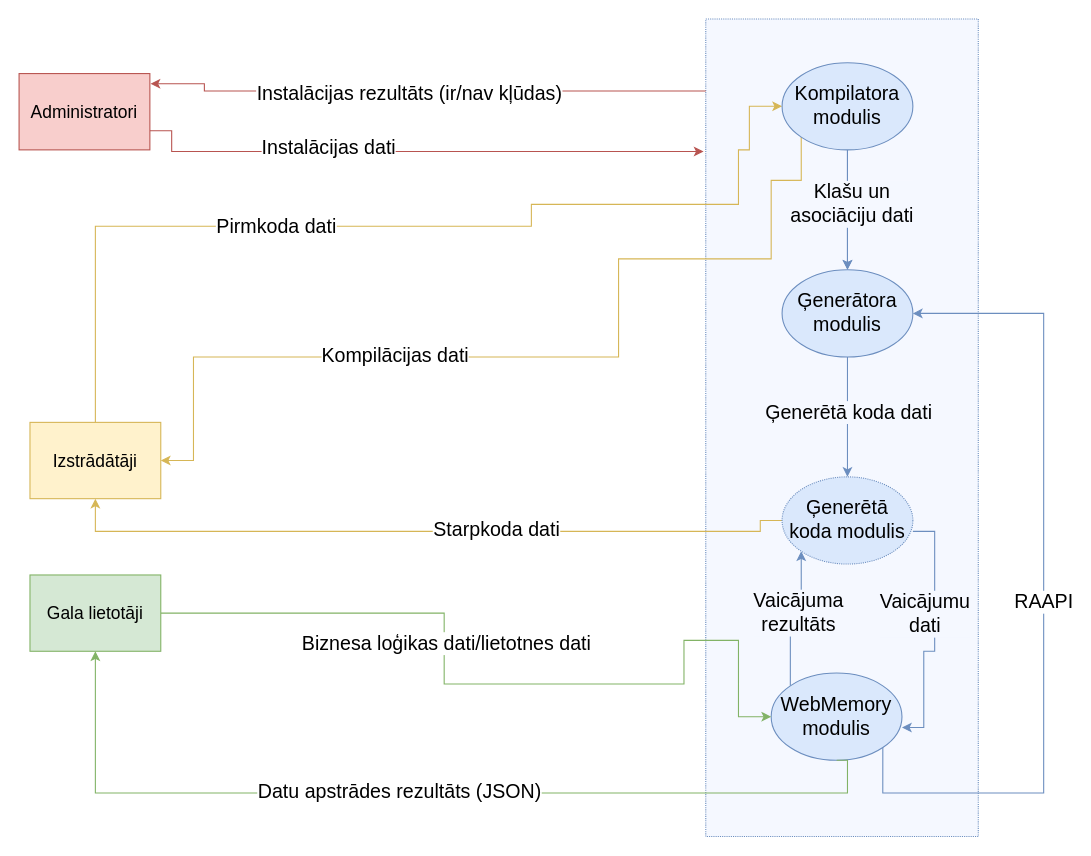
Earlier version of the draw.io diagram page "DPD 1. level" (3 of 8) of src/Kvalifikacijas darbs/arhitektura.drawio (artiks12/webAppOS). Source tidied: cells renumbered, new cells numbered last; positions are measured from the earlier drawing's top-left corner, leaving out a move shared by most shapes. Both pictures are drawn from the tidied source at 109%, with x=0, y=0 at pixel (19, 19).
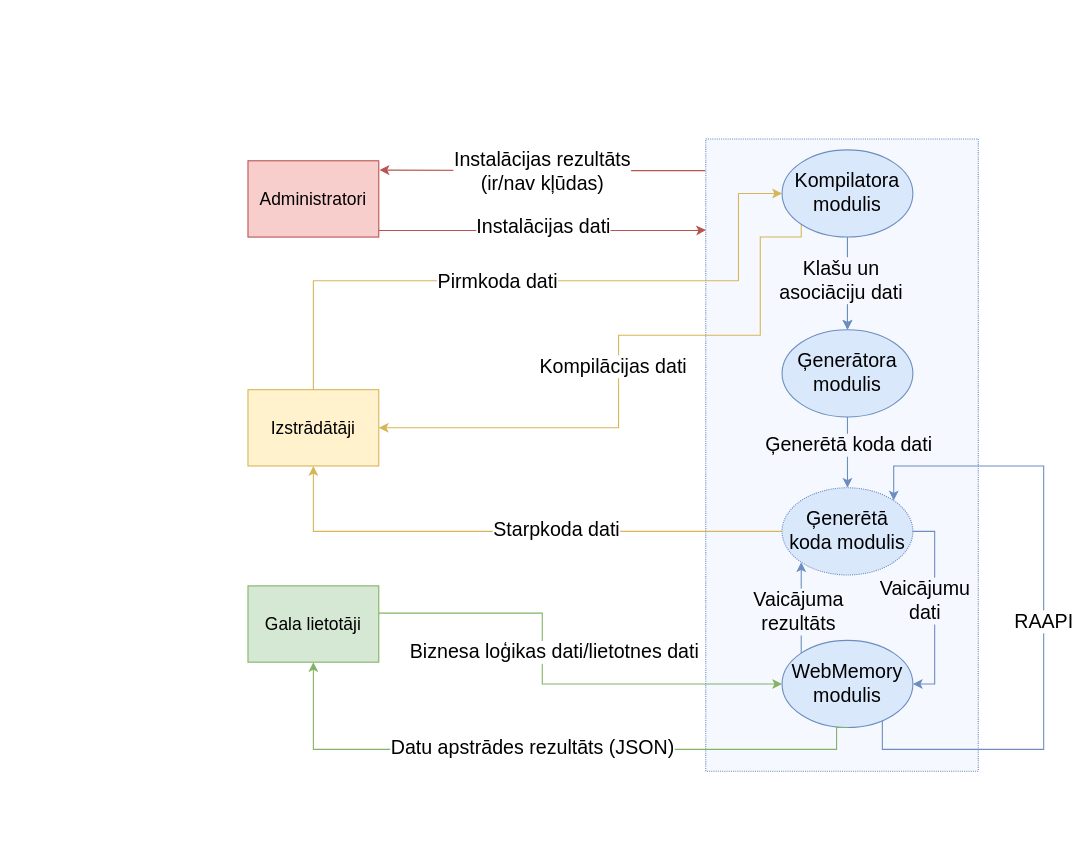
Above is the later version.

Unchanged cells that the change refers to:
```xml
<mxCell id="3" style="edgeStyle=orthogonalEdgeStyle;rounded=0;jettySize=auto;html=1;entryX=0.5;entryY=0;entryDx=0;entryDy=0;exitX=0.5;exitY=1;exitDx=0;exitDy=0;fillColor=#dae8fc;strokeColor=#6c8ebf;" parent="1" edge="1" source="7" target="29">
  <mxGeometry relative="1" as="geometry">
    <Array as="points">
      <mxPoint x="760" y="340" />
      <mxPoint x="760" y="340" />
    </Array>
  </mxGeometry>
</mxCell>
<mxCell id="8" style="edgeStyle=orthogonalEdgeStyle;rounded=0;jettySize=auto;html=1;exitX=0;exitY=0;exitDx=0;exitDy=0;entryX=0;entryY=1;entryDx=0;entryDy=0;fillColor=#dae8fc;strokeColor=#6c8ebf;" parent="1" edge="1" source="10" target="29">
  <mxGeometry relative="1" as="geometry" />
</mxCell>
```

The edit, as a diff of the source:
```diff
@@
     <mxCell id="2" style="rounded=0;whiteSpace=wrap;html=1;dashed=1;dashPattern=1 1;fillColor=#F5F8FF;strokeColor=#6c8ebf;" parent="1" vertex="1">
-      <mxGeometry x="630" width="250" height="750" as="geometry" />
+      <mxGeometry x="630" y="110" width="250" height="580" as="geometry" />
     </mxCell>
@@
     <mxCell id="4" value="&lt;span style=&quot;font-size: 18px&quot;&gt;Ģenerētā koda dati&lt;/span&gt;" style="edgeLabel;html=1;align=center;verticalAlign=middle;labelBackgroundColor=#F5F8FF;" parent="3" vertex="1">
       <mxGeometry x="-0.36" relative="1" as="geometry">
-        <mxPoint y="15" as="offset" />
+        <mxPoint y="38" as="offset" />
       </mxGeometry>
     </mxCell>
-    <mxCell id="5" style="edgeStyle=orthogonalEdgeStyle;rounded=0;jettySize=auto;html=1;exitX=1;exitY=1;exitDx=0;exitDy=0;fillColor=#dae8fc;strokeColor=#6c8ebf;" parent="1" edge="1" source="10" target="7">
+    <mxCell id="5" style="edgeStyle=orthogonalEdgeStyle;rounded=0;jettySize=auto;html=1;exitX=1;exitY=1;exitDx=0;exitDy=0;fillColor=#dae8fc;strokeColor=#6c8ebf;entryX=1;entryY=0;entryDx=0;entryDy=0;" parent="1" edge="1" source="10" target="29">
       <mxGeometry relative="1" as="geometry">
         <Array as="points">
-          <mxPoint x="792" y="710" />
-          <mxPoint x="940" y="710" />
-          <mxPoint x="940" y="270" />
+          <mxPoint x="792" y="638" />
+          <mxPoint x="792" y="670" />
+          <mxPoint x="940" y="670" />
+          <mxPoint x="940" y="410" />
+          <mxPoint x="802" y="410" />
         </Array>
       </mxGeometry>
     </mxCell>
@@
     <mxCell id="7" value="&lt;font style=&quot;font-size: 18px&quot;&gt;Ģenerātora modulis&lt;/font&gt;" style="ellipse;whiteSpace=wrap;html=1;fillColor=#dae8fc;strokeColor=#6c8ebf;" parent="1" vertex="1">
-      <mxGeometry x="700" y="230" width="120" height="80" as="geometry" />
+      <mxGeometry x="700" y="285" width="120" height="80" as="geometry" />
     </mxCell>
@@
     <mxCell id="9" value="&lt;font style=&quot;font-size: 18px&quot;&gt;Vaicājuma &lt;br&gt;rezultāts&lt;/font&gt;" style="edgeLabel;html=1;align=center;verticalAlign=middle;labelBackgroundColor=#F5F8FF;" parent="8" vertex="1">
       <mxGeometry x="0.24" y="3" relative="1" as="geometry">
-        <mxPoint y="6" as="offset" />
+        <mxPoint y="14" as="offset" />
       </mxGeometry>
     </mxCell>
     <mxCell id="10" value="&lt;font style=&quot;font-size: 18px&quot;&gt;WebMemory modulis&lt;/font&gt;" style="ellipse;whiteSpace=wrap;html=1;fillColor=#dae8fc;strokeColor=#6c8ebf;" parent="1" vertex="1">
-      <mxGeometry x="690" y="600" width="120" height="80" as="geometry" />
+      <mxGeometry x="700" y="570" width="120" height="80" as="geometry" />
     </mxCell>
     <mxCell id="11" style="edgeStyle=orthogonalEdgeStyle;rounded=0;jettySize=auto;html=1;exitX=0;exitY=0.5;exitDx=0;exitDy=0;entryX=0.5;entryY=1;entryDx=0;entryDy=0;fillColor=#fff2cc;strokeColor=#d6b656;" parent="1" edge="1" source="29" target="20">
       <mxGeometry relative="1" as="geometry">
         <Array as="points">
-          <mxPoint x="680" y="470" />
-          <mxPoint x="70" y="470" />
+          <mxPoint x="270" y="470" />
         </Array>
       </mxGeometry>
     </mxCell>
@@
     <mxCell id="13" style="edgeStyle=orthogonalEdgeStyle;rounded=0;jettySize=auto;html=1;exitX=0.5;exitY=1;exitDx=0;exitDy=0;entryX=0.5;entryY=1;entryDx=0;entryDy=0;fillColor=#d5e8d4;strokeColor=#82b366;" parent="1" edge="1" source="10" target="26">
       <mxGeometry relative="1" as="geometry">
         <Array as="points">
-          <mxPoint x="760" y="680" />
-          <mxPoint x="760" y="710" />
-          <mxPoint x="70" y="710" />
+          <mxPoint x="750" y="650" />
+          <mxPoint x="750" y="670" />
+          <mxPoint x="270" y="670" />
         </Array>
       </mxGeometry>
     </mxCell>
@@
-    <mxCell id="15" style="edgeStyle=orthogonalEdgeStyle;rounded=0;jettySize=auto;html=1;exitX=0;exitY=0.088;exitDx=0;exitDy=0;exitPerimeter=0;fillColor=#f8cecc;strokeColor=#b85450;entryX=1.005;entryY=0.134;entryDx=0;entryDy=0;entryPerimeter=0;" parent="1" edge="1" source="2" target="23">
-      <mxGeometry relative="1" as="geometry">
-        <Array as="points">
-          <mxPoint x="170" y="66" />
-          <mxPoint x="170" y="59" />
-        </Array>
-      </mxGeometry>
+    <mxCell id="15" style="edgeStyle=orthogonalEdgeStyle;rounded=0;jettySize=auto;html=1;fillColor=#f8cecc;strokeColor=#b85450;entryX=1.006;entryY=0.122;entryDx=0;entryDy=0;exitX=-0.002;exitY=0.05;exitDx=0;exitDy=0;exitPerimeter=0;entryPerimeter=0;" parent="1" edge="1" source="2" target="23">
+      <mxGeometry relative="1" as="geometry" />
     </mxCell>
-    <mxCell id="16" value="&lt;font style=&quot;font-size: 18px&quot;&gt;Instalācijas rezultāts (ir/nav kļūdas)&lt;/font&gt;" style="edgeLabel;html=1;align=center;verticalAlign=middle;" parent="15" vertex="1">
-      <mxGeometry x="0.06" y="2" relative="1" as="geometry" />
+    <mxCell id="16" value="&lt;font style=&quot;font-size: 18px&quot;&gt;Instalācijas rezultāts &lt;br&gt;(ir/nav kļūdas)&lt;/font&gt;" style="edgeLabel;html=1;align=center;verticalAlign=middle;" parent="15" vertex="1">
+      <mxGeometry x="0.06" y="2" relative="1" as="geometry">
+        <mxPoint x="8" y="-1" as="offset" />
+      </mxGeometry>
     </mxCell>
     <mxCell id="17" style="edgeStyle=orthogonalEdgeStyle;rounded=0;jettySize=auto;html=1;entryX=0;entryY=0.5;entryDx=0;entryDy=0;exitX=0.5;exitY=0;exitDx=0;exitDy=0;fillColor=#fff2cc;strokeColor=#d6b656;" parent="1" edge="1" source="20" target="32">
       <mxGeometry relative="1" as="geometry">
         <Array as="points">
-          <mxPoint x="70" y="190" />
-          <mxPoint x="470" y="190" />
-          <mxPoint x="470" y="170" />
-          <mxPoint x="660" y="170" />
-          <mxPoint x="660" y="120" />
-          <mxPoint x="670" y="120" />
-          <mxPoint x="670" y="80" />
+          <mxPoint x="270" y="240" />
+          <mxPoint x="660" y="240" />
+          <mxPoint x="660" y="160" />
         </Array>
       </mxGeometry>
     </mxCell>
     <mxCell id="18" value="&lt;font style=&quot;font-size: 18px&quot;&gt;Pirmkoda dati&lt;/font&gt;" style="edgeLabel;html=1;align=center;verticalAlign=middle;" parent="17" vertex="1">
-      <mxGeometry x="-0.25" relative="1" as="geometry" />
+      <mxGeometry x="-0.25" relative="1" as="geometry">
+        <mxPoint x="39" as="offset" />
+      </mxGeometry>
     </mxCell>
-    <mxCell id="19" style="edgeStyle=orthogonalEdgeStyle;rounded=0;jettySize=auto;html=1;exitX=0;exitY=1;exitDx=0;exitDy=0;fillColor=#fff2cc;strokeColor=#d6b656;" parent="1" edge="1" source="32" target="20">
+    <mxCell id="19" style="edgeStyle=orthogonalEdgeStyle;rounded=0;jettySize=auto;html=1;exitX=0;exitY=1;exitDx=0;exitDy=0;fillColor=#fff2cc;strokeColor=#d6b656;entryX=1;entryY=0.5;entryDx=0;entryDy=0;" parent="1" edge="1" source="32" target="20">
       <mxGeometry relative="1" as="geometry">
         <Array as="points">
-          <mxPoint x="690" y="148" />
-          <mxPoint x="690" y="220" />
-          <mxPoint x="550" y="220" />
-          <mxPoint x="550" y="310" />
-          <mxPoint x="160" y="310" />
-          <mxPoint x="160" y="405" />
+          <mxPoint x="718" y="200" />
+          <mxPoint x="680" y="200" />
+          <mxPoint x="680" y="290" />
+          <mxPoint x="550" y="290" />
+          <mxPoint x="550" y="375" />
         </Array>
       </mxGeometry>
     </mxCell>
     <mxCell id="20" value="&lt;font size=&quot;3&quot;&gt;Izstrādātāji&lt;/font&gt;" style="rounded=0;whiteSpace=wrap;html=1;fillColor=#fff2cc;strokeColor=#d6b656;" parent="1" vertex="1">
-      <mxGeometry x="10" y="370" width="120" height="70" as="geometry" />
+      <mxGeometry x="210" y="340" width="120" height="70" as="geometry" />
     </mxCell>
-    <mxCell id="21" style="edgeStyle=orthogonalEdgeStyle;rounded=0;jettySize=auto;html=1;entryX=-0.008;entryY=0.162;entryDx=0;entryDy=0;entryPerimeter=0;fillColor=#f8cecc;strokeColor=#b85450;exitX=1;exitY=0.75;exitDx=0;exitDy=0;" parent="1" edge="1" source="23" target="2">
+    <mxCell id="21" style="edgeStyle=orthogonalEdgeStyle;rounded=0;jettySize=auto;html=1;fillColor=#f8cecc;strokeColor=#b85450;exitX=1.001;exitY=0.914;exitDx=0;exitDy=0;exitPerimeter=0;entryX=0.001;entryY=0.144;entryDx=0;entryDy=0;entryPerimeter=0;" parent="1" edge="1" source="23" target="2">
       <mxGeometry relative="1" as="geometry">
         <Array as="points">
-          <mxPoint x="140" y="103" />
-          <mxPoint x="140" y="122" />
+          <mxPoint x="620" y="194" />
         </Array>
       </mxGeometry>
     </mxCell>
     <mxCell id="22" value="&lt;font style=&quot;font-size: 18px&quot;&gt;Instalācijas dati&lt;/font&gt;" style="edgeLabel;html=1;align=center;verticalAlign=middle;" parent="21" vertex="1">
-      <mxGeometry x="-0.31" y="4" relative="1" as="geometry" />
+      <mxGeometry x="-0.31" y="4" relative="1" as="geometry">
+        <mxPoint x="46" y="1" as="offset" />
+      </mxGeometry>
     </mxCell>
     <mxCell id="23" value="&lt;font size=&quot;3&quot;&gt;Administratori&lt;br&gt;&lt;/font&gt;" style="rounded=0;whiteSpace=wrap;html=1;fillColor=#f8cecc;strokeColor=#b85450;" parent="1" vertex="1">
-      <mxGeometry y="50" width="120" height="70" as="geometry" />
+      <mxGeometry x="210" y="130" width="120" height="70" as="geometry" />
     </mxCell>
     <mxCell id="24" style="edgeStyle=orthogonalEdgeStyle;rounded=0;jettySize=auto;html=1;entryX=0;entryY=0.5;entryDx=0;entryDy=0;fillColor=#d5e8d4;strokeColor=#82b366;" parent="1" edge="1" source="26" target="10">
       <mxGeometry relative="1" as="geometry">
         <Array as="points">
-          <mxPoint x="390" y="545" />
-          <mxPoint x="390" y="610" />
-          <mxPoint x="610" y="610" />
-          <mxPoint x="610" y="570" />
-          <mxPoint x="660" y="570" />
-          <mxPoint x="660" y="640" />
+          <mxPoint x="480" y="545" />
+          <mxPoint x="480" y="610" />
         </Array>
       </mxGeometry>
     </mxCell>
     <mxCell id="25" value="&lt;font style=&quot;font-size: 18px&quot;&gt;Biznesa loģikas dati/lietotnes dati&lt;/font&gt;" style="edgeLabel;html=1;align=center;verticalAlign=middle;" parent="24" vertex="1">
-      <mxGeometry x="-0.22" y="1" relative="1" as="geometry" />
+      <mxGeometry x="-0.22" y="1" relative="1" as="geometry">
+        <mxPoint x="9" y="15" as="offset" />
+      </mxGeometry>
     </mxCell>
     <mxCell id="26" value="&lt;font size=&quot;3&quot;&gt;Gala lietotāji&lt;/font&gt;" style="rounded=0;whiteSpace=wrap;html=1;fillColor=#d5e8d4;strokeColor=#82b366;" parent="1" vertex="1">
-      <mxGeometry x="10" y="510" width="120" height="70" as="geometry" />
+      <mxGeometry x="210" y="520" width="120" height="70" as="geometry" />
     </mxCell>
-    <mxCell id="27" style="edgeStyle=orthogonalEdgeStyle;rounded=0;orthogonalLoop=1;jettySize=auto;html=1;entryX=1;entryY=0.5;entryDx=0;entryDy=0;fillColor=#dae8fc;strokeColor=#6c8ebf;" parent="1" edge="1">
+    <mxCell id="27" style="edgeStyle=orthogonalEdgeStyle;rounded=0;jettySize=auto;html=1;entryX=1;entryY=0.5;entryDx=0;entryDy=0;fillColor=#dae8fc;strokeColor=#6c8ebf;" parent="1" edge="1" target="10">
       <mxGeometry relative="1" as="geometry">
         <mxPoint x="820" y="470" as="sourcePoint" />
-        <mxPoint x="810" y="650" as="targetPoint" />
         <Array as="points">
           <mxPoint x="840" y="470" />
-          <mxPoint x="840" y="580" />
-          <mxPoint x="830" y="580" />
-          <mxPoint x="830" y="650" />
+          <mxPoint x="840" y="610" />
         </Array>
       </mxGeometry>
     </mxCell>
@@
     <mxCell id="29" value="&lt;span style=&quot;font-size: 18px&quot;&gt;Ģenerētā koda modulis&lt;/span&gt;" style="ellipse;whiteSpace=wrap;html=1;dashed=1;dashPattern=1 1;fillColor=#dae8fc;strokeColor=#6c8ebf;" parent="1" vertex="1">
-      <mxGeometry x="700" y="420" width="120" height="80" as="geometry" />
+      <mxGeometry x="700" y="430" width="120" height="80" as="geometry" />
     </mxCell>
@@
     <mxCell id="32" value="&lt;font style=&quot;font-size: 18px&quot;&gt;Kompilatora modulis&lt;/font&gt;" style="ellipse;whiteSpace=wrap;html=1;fillColor=#dae8fc;strokeColor=#6c8ebf;" parent="1" vertex="1">
-      <mxGeometry x="700" y="40" width="120" height="80" as="geometry" />
+      <mxGeometry x="700" y="120" width="120" height="80" as="geometry" />
     </mxCell>
     <mxCell id="33" value="&lt;font style=&quot;font-size: 18px&quot;&gt;Kompilācijas dati&lt;/font&gt;" style="edgeLabel;html=1;align=center;verticalAlign=middle;" parent="1" vertex="1">
-      <mxGeometry x="330" y="320" as="geometry">
+      <mxGeometry x="530" y="330" as="geometry">
         <mxPoint x="14" y="-12" as="offset" />
       </mxGeometry>
     </mxCell>
     <mxCell id="34" value="&lt;span style=&quot;font-size: 18px&quot;&gt;Klašu un &lt;br&gt;asociāciju dati&lt;/span&gt;" style="edgeLabel;html=1;align=center;verticalAlign=middle;labelBackgroundColor=#F5F8FF;" parent="1" vertex="1">
-      <mxGeometry x="770" y="180" as="geometry">
+      <mxGeometry x="760" y="250" as="geometry">
         <mxPoint x="-7" y="-11" as="offset" />
       </mxGeometry>
     </mxCell>
```
